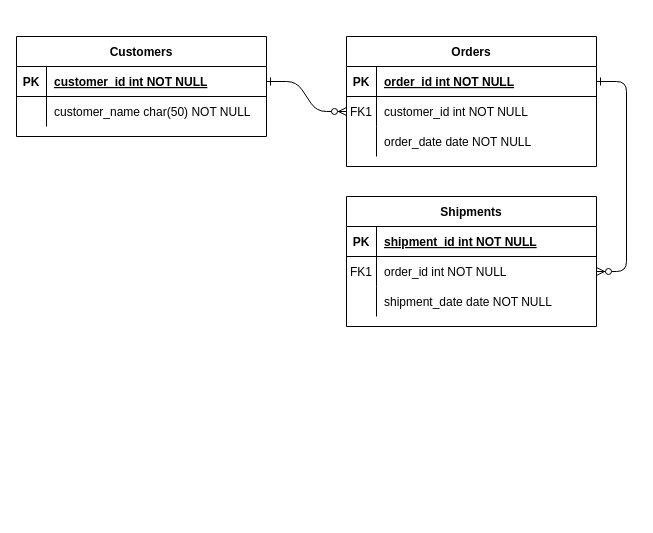
The draw.io diagram assets/files/Unbenanntes Diagramm.drawio in schlucht/fhxParser, before the edit. Source tidied: cells renumbered, new cells numbered last; positions are measured from the earlier drawing's top-left corner, leaving out a move shared by most shapes. Both pictures are drawn from the tidied source at 100%, with x=0, y=0 at pixel (16, 36).
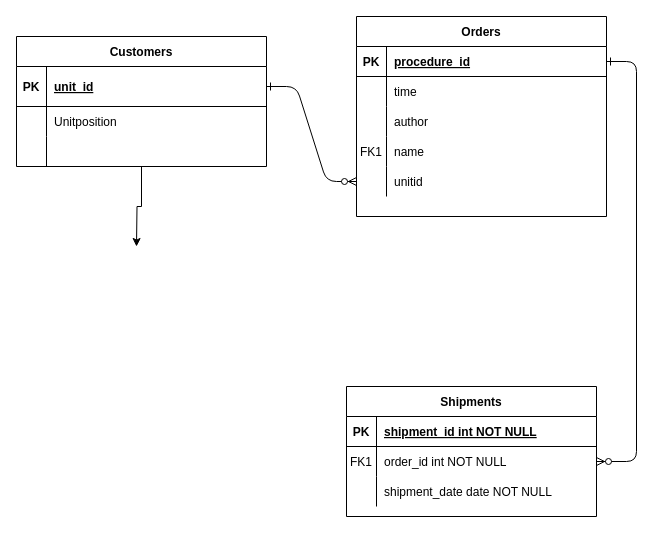
After the change.

The change refers to these unchanged cells:
```xml
<mxCell id="5" style="shape=partialRectangle;fillColor=none;points=[[0,0.5],[1,0.5]];portConstraint=eastwest;top=0;left=0;right=0;bottom=1;" parent="4" vertex="1">
  <mxGeometry y="30" width="250" height="30" as="geometry" />
</mxCell>
```

Diff of the diagram source:
```diff
@@
-    <mxCell id="2" style="edgeStyle=entityRelationEdgeStyle;endArrow=ERzeroToMany;startArrow=ERone;endFill=1;startFill=0;" parent="1" edge="1" source="25" target="8">
+    <mxCell id="2" style="edgeStyle=entityRelationEdgeStyle;endArrow=ERzeroToMany;startArrow=ERone;endFill=1;startFill=0;" parent="1" edge="1" source="25" target="34">
       <mxGeometry relative="1" as="geometry" />
     </mxCell>
@@
     <mxCell id="4" value="Orders" style="shape=table;startSize=30;childLayout=tableLayout;rowLines=0;fontStyle=1;align=center;" parent="1" vertex="1">
-      <mxGeometry x="330" width="250" height="130" as="geometry" />
+      <mxGeometry x="340" y="-20" width="250" height="200" as="geometry" />
     </mxCell>
@@
-    <mxCell id="7" value="order_id int NOT NULL " style="shape=partialRectangle;overflow=hidden;fillColor=none;top=0;left=0;bottom=0;right=0;align=left;spacingLeft=6;fontStyle=5;" parent="5" vertex="1">
+    <mxCell id="7" value="procedure_id" style="shape=partialRectangle;overflow=hidden;fillColor=none;top=0;left=0;bottom=0;right=0;align=left;spacingLeft=6;fontStyle=5;" parent="5" vertex="1">
       <mxGeometry x="30" width="220" height="30" as="geometry" />
     </mxCell>
+    <mxCell id="11" style="shape=partialRectangle;fillColor=none;top=0;left=0;right=0;bottom=0;" parent="4" vertex="1">
+      <mxGeometry y="60" width="250" height="30" as="geometry" />
+    </mxCell>
+    <mxCell id="12" style="shape=partialRectangle;overflow=hidden;fillColor=none;top=0;left=0;bottom=0;right=0;" parent="11" vertex="1">
+      <mxGeometry width="30" height="30" as="geometry" />
+    </mxCell>
+    <mxCell id="13" value="time" style="shape=partialRectangle;overflow=hidden;fillColor=none;top=0;left=0;bottom=0;right=0;align=left;spacingLeft=6;" parent="11" vertex="1">
+      <mxGeometry x="30" width="220" height="30" as="geometry" />
+    </mxCell>
+    <mxCell id="31" style="shape=partialRectangle;fillColor=none;top=0;left=0;right=0;bottom=0;" parent="4" vertex="1">
+      <mxGeometry y="90" width="250" height="30" as="geometry" />
+    </mxCell>
+    <mxCell id="32" style="shape=partialRectangle;overflow=hidden;fillColor=none;top=0;left=0;bottom=0;right=0;" parent="31" vertex="1">
+      <mxGeometry width="30" height="30" as="geometry" />
+    </mxCell>
+    <mxCell id="33" value="author" style="shape=partialRectangle;overflow=hidden;fillColor=none;top=0;left=0;bottom=0;right=0;align=left;spacingLeft=6;" parent="31" vertex="1">
+      <mxGeometry x="30" width="220" height="30" as="geometry" />
+    </mxCell>
     <mxCell id="8" style="shape=partialRectangle;fillColor=none;points=[[0,0.5],[1,0.5]];portConstraint=eastwest;top=0;left=0;right=0;bottom=0;" parent="4" vertex="1">
-      <mxGeometry y="60" width="250" height="30" as="geometry" />
+      <mxGeometry y="120" width="250" height="30" as="geometry" />
     </mxCell>
@@
-    <mxCell id="10" value="customer_id int NOT NULL" style="shape=partialRectangle;overflow=hidden;fillColor=none;top=0;left=0;bottom=0;right=0;align=left;spacingLeft=6;" parent="8" vertex="1">
+    <mxCell id="10" value="name" style="shape=partialRectangle;overflow=hidden;fillColor=none;top=0;left=0;bottom=0;right=0;align=left;spacingLeft=6;" parent="8" vertex="1">
       <mxGeometry x="30" width="220" height="30" as="geometry" />
     </mxCell>
-    <mxCell id="11" style="shape=partialRectangle;fillColor=none;top=0;left=0;right=0;bottom=0;" parent="4" vertex="1">
-      <mxGeometry y="90" width="250" height="30" as="geometry" />
-    </mxCell>
-    <mxCell id="12" style="shape=partialRectangle;overflow=hidden;fillColor=none;top=0;left=0;bottom=0;right=0;" parent="11" vertex="1">
-      <mxGeometry width="30" height="30" as="geometry" />
-    </mxCell>
-    <mxCell id="13" value="order_date date NOT NULL" style="shape=partialRectangle;overflow=hidden;fillColor=none;top=0;left=0;bottom=0;right=0;align=left;spacingLeft=6;" parent="11" vertex="1">
-      <mxGeometry x="30" width="220" height="30" as="geometry" />
-    </mxCell>
+    <mxCell id="34" style="shape=partialRectangle;fillColor=none;points=[[0,0.5],[1,0.5]];portConstraint=eastwest;top=0;left=0;right=0;bottom=0;" parent="4" vertex="1">
+      <mxGeometry y="150" width="250" height="30" as="geometry" />
+    </mxCell>
+    <mxCell id="35" style="shape=partialRectangle;overflow=hidden;fillColor=none;top=0;left=0;bottom=0;right=0;" parent="34" vertex="1">
+      <mxGeometry width="30" height="30" as="geometry" />
+    </mxCell>
+    <mxCell id="36" value="unitid" style="shape=partialRectangle;overflow=hidden;fillColor=none;top=0;left=0;bottom=0;right=0;align=left;spacingLeft=6;" parent="34" vertex="1">
+      <mxGeometry x="30" width="220" height="30" as="geometry" />
+    </mxCell>
     <mxCell id="14" value="Shipments" style="shape=table;startSize=30;childLayout=tableLayout;rowLines=0;fontStyle=1;align=center;" parent="1" vertex="1">
-      <mxGeometry x="330" y="160" width="250" height="130" as="geometry" />
+      <mxGeometry x="330" y="350" width="250" height="130" as="geometry" />
     </mxCell>
@@
+    <mxCell id="37" style="edgeStyle=orthogonalEdgeStyle;rounded=0;jettySize=auto;html=1;exitX=0.5;exitY=1;exitDx=0;exitDy=0;" parent="1" edge="1" source="24">
+      <mxGeometry relative="1" as="geometry">
+        <mxPoint x="120" y="210" as="targetPoint" />
+      </mxGeometry>
+    </mxCell>
     <mxCell id="24" value="Customers" style="shape=table;startSize=30;childLayout=tableLayout;rowLines=0;fontStyle=1;align=center;" parent="1" vertex="1">
-      <mxGeometry width="250" height="100" as="geometry" />
+      <mxGeometry width="250" height="130" as="geometry" />
     </mxCell>
     <mxCell id="25" style="shape=partialRectangle;fillColor=none;points=[[0,0.5],[1,0.5]];portConstraint=eastwest;top=0;left=0;right=0;bottom=1;" parent="24" vertex="1">
-      <mxGeometry y="30" width="250" height="30" as="geometry" />
+      <mxGeometry y="30" width="250" height="40" as="geometry" />
     </mxCell>
     <mxCell id="26" value="PK" style="shape=partialRectangle;overflow=hidden;fillColor=none;top=0;left=0;bottom=0;right=0;fontStyle=1;" parent="25" vertex="1">
-      <mxGeometry width="30" height="30" as="geometry" />
+      <mxGeometry width="30" height="40" as="geometry" />
     </mxCell>
-    <mxCell id="27" value="customer_id int NOT NULL " style="shape=partialRectangle;overflow=hidden;fillColor=none;top=0;left=0;bottom=0;right=0;align=left;spacingLeft=6;fontStyle=5;" parent="25" vertex="1">
-      <mxGeometry x="30" width="220" height="30" as="geometry" />
+    <mxCell id="27" value="unit_id" style="shape=partialRectangle;overflow=hidden;fillColor=none;top=0;left=0;bottom=0;right=0;align=left;spacingLeft=6;fontStyle=5;" parent="25" vertex="1">
+      <mxGeometry x="30" width="220" height="40" as="geometry" />
     </mxCell>
     <mxCell id="28" style="shape=partialRectangle;fillColor=none;top=0;left=0;right=0;bottom=0;" parent="24" vertex="1">
-      <mxGeometry y="60" width="250" height="30" as="geometry" />
+      <mxGeometry y="70" width="250" height="30" as="geometry" />
     </mxCell>
@@
-    <mxCell id="30" value="customer_name char(50) NOT NULL" style="shape=partialRectangle;overflow=hidden;fillColor=none;top=0;left=0;bottom=0;right=0;align=left;spacingLeft=6;" parent="28" vertex="1">
+    <mxCell id="30" value="Unitposition" style="shape=partialRectangle;overflow=hidden;fillColor=none;top=0;left=0;bottom=0;right=0;align=left;spacingLeft=6;" parent="28" vertex="1">
       <mxGeometry x="30" width="220" height="30" as="geometry" />
     </mxCell>
+    <mxCell id="38" style="shape=partialRectangle;fillColor=none;top=0;left=0;right=0;bottom=0;" parent="24" vertex="1">
+      <mxGeometry y="100" width="250" height="30" as="geometry" />
+    </mxCell>
+    <mxCell id="39" style="shape=partialRectangle;overflow=hidden;fillColor=none;top=0;left=0;bottom=0;right=0;" parent="38" vertex="1">
+      <mxGeometry width="30" height="30" as="geometry" />
+    </mxCell>
+    <mxCell id="40" style="shape=partialRectangle;overflow=hidden;fillColor=none;top=0;left=0;bottom=0;right=0;align=left;spacingLeft=6;" parent="38" vertex="1">
+      <mxGeometry x="30" width="220" height="30" as="geometry" />
+    </mxCell>
```
